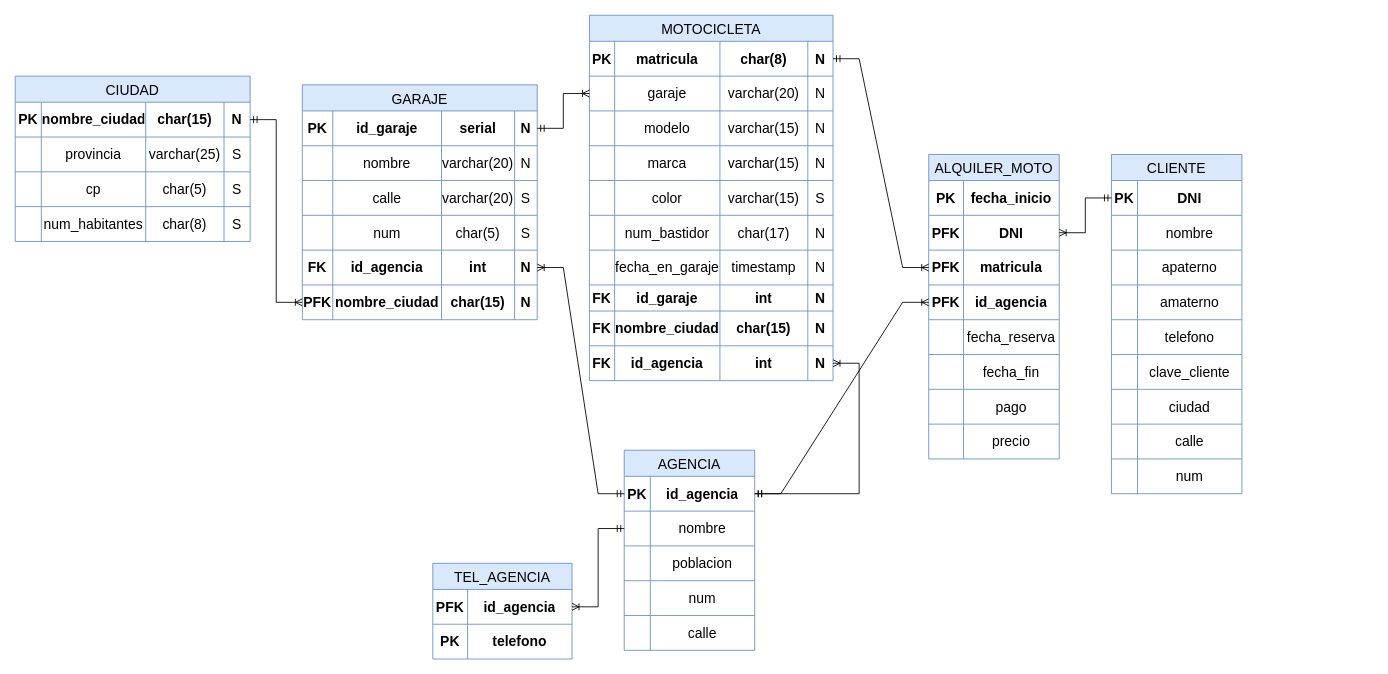
misiomishi/itcj keeps this draw.io diagram as Modelo Fisico Motocicletas TBD.drawio. Above is the earlier version. Source tidied: cells renumbered, new cells numbered last; positions are measured from the earlier drawing's top-left corner, leaving out a move shared by most shapes. Both pictures are drawn from the tidied source at 87%, with x=0, y=0 at pixel (15, 15).
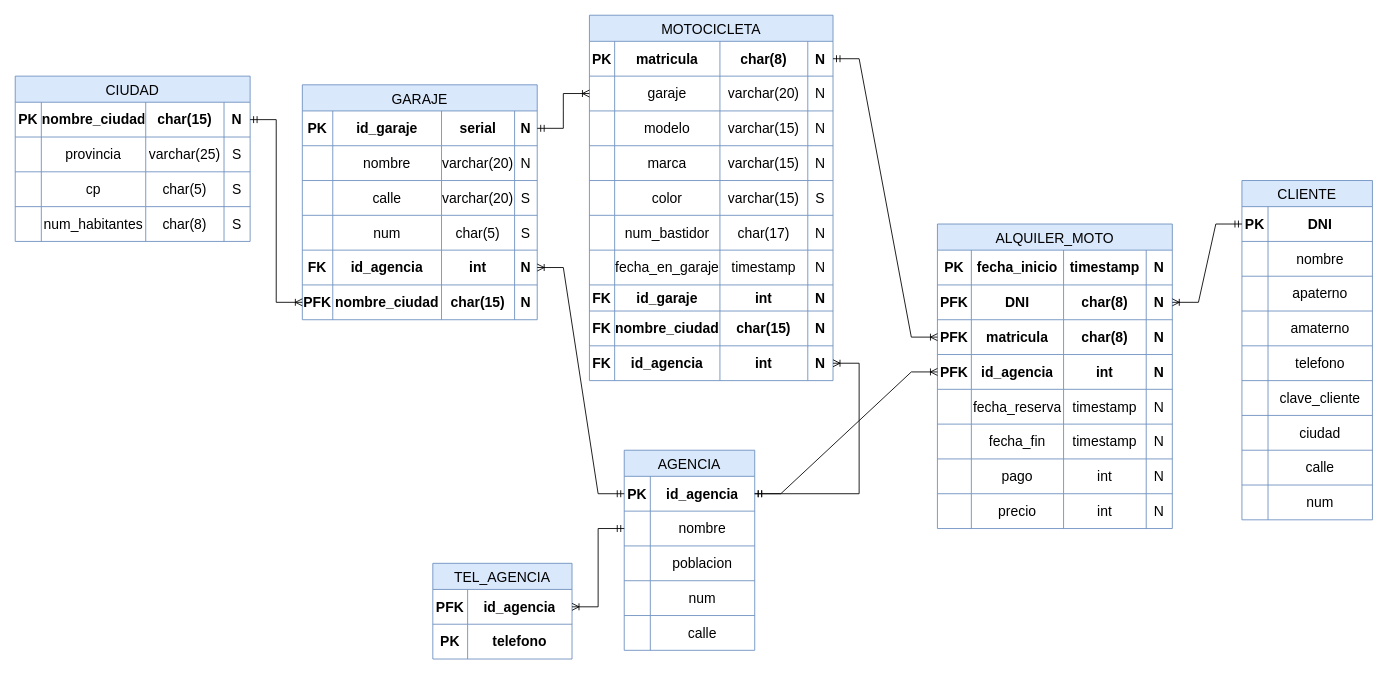
The same diagram, later.

What changed in the source:
```diff
@@
     <mxCell id="39" value="CLIENTE" style="shape=table;startSize=30;childLayout=tableLayout;strokeColor=#6c8ebf;fontSize=16;fillColor=#dae8fc;" parent="1" vertex="1">
-      <mxGeometry x="1260" y="160" width="150" height="390" as="geometry" />
+      <mxGeometry x="1410" y="190" width="150" height="390" as="geometry" />
     </mxCell>
@@
     <mxCell id="149" value="ALQUILER_MOTO" style="shape=table;startSize=30;childLayout=tableLayout;strokeColor=#6c8ebf;fontSize=16;fillColor=#dae8fc;" parent="1" vertex="1">
-      <mxGeometry x="1050" y="160" width="150" height="350" as="geometry" />
+      <mxGeometry x="1060" y="240" width="270" height="350" as="geometry" />
     </mxCell>
     <mxCell id="150" style="shape=tableRow;horizontal=0;startSize=0;swimlaneHead=0;swimlaneBody=0;strokeColor=inherit;top=0;left=0;bottom=0;right=0;fillColor=none;fontSize=16;fontStyle=1;" parent="149" vertex="1">
-      <mxGeometry y="30" width="150" height="40" as="geometry" />
+      <mxGeometry y="30" width="270" height="40" as="geometry" />
     </mxCell>
     <mxCell id="151" value="PK" style="shape=partialRectangle;html=1;whiteSpace=wrap;strokeColor=inherit;overflow=hidden;fillColor=none;top=0;left=0;bottom=0;right=0;fontSize=16;fontStyle=1;" parent="150" vertex="1">
-      <mxGeometry width="40" height="40" as="geometry" />
+      <mxGeometry width="39" height="40" as="geometry" />
     </mxCell>
     <mxCell id="152" value="fecha_inicio" style="shape=partialRectangle;html=1;whiteSpace=wrap;strokeColor=inherit;overflow=hidden;fillColor=none;top=0;left=0;bottom=0;right=0;fontSize=16;fontStyle=1;" parent="150" vertex="1">
-      <mxGeometry x="40" width="110" height="40" as="geometry" />
+      <mxGeometry x="39" width="106" height="40" as="geometry" />
     </mxCell>
+    <mxCell id="189" value="timestamp" style="shape=partialRectangle;html=1;whiteSpace=wrap;strokeColor=inherit;overflow=hidden;fillColor=none;top=0;left=0;bottom=0;right=0;fontSize=16;fontStyle=1;" parent="150" vertex="1">
+      <mxGeometry x="145" width="95" height="40" as="geometry" />
+    </mxCell>
+    <mxCell id="190" value="N" style="shape=partialRectangle;html=1;whiteSpace=wrap;strokeColor=inherit;overflow=hidden;fillColor=none;top=0;left=0;bottom=0;right=0;fontSize=16;fontStyle=1;" parent="150" vertex="1">
+      <mxGeometry x="240" width="30" height="40" as="geometry" />
+    </mxCell>
     <mxCell id="153" style="shape=tableRow;horizontal=0;startSize=0;swimlaneHead=0;swimlaneBody=0;strokeColor=inherit;top=0;left=0;bottom=0;right=0;fillColor=none;points=[[0,0.5],[1,0.5]];portConstraint=eastwest;fontSize=16;fontStyle=1;" parent="149" vertex="1">
-      <mxGeometry y="70" width="150" height="40" as="geometry" />
+      <mxGeometry y="70" width="270" height="40" as="geometry" />
     </mxCell>
     <mxCell id="154" value="PFK" style="shape=partialRectangle;html=1;whiteSpace=wrap;strokeColor=inherit;overflow=hidden;fillColor=none;top=0;left=0;bottom=0;right=0;fontSize=16;fontStyle=1;" parent="153" vertex="1">
-      <mxGeometry width="40" height="40" as="geometry" />
+      <mxGeometry width="39" height="40" as="geometry" />
     </mxCell>
     <mxCell id="155" value="DNI" style="shape=partialRectangle;html=1;whiteSpace=wrap;strokeColor=inherit;overflow=hidden;fillColor=none;top=0;left=0;bottom=0;right=0;fontSize=16;fontStyle=1;" parent="153" vertex="1">
-      <mxGeometry x="40" width="110" height="40" as="geometry" />
+      <mxGeometry x="39" width="106" height="40" as="geometry" />
     </mxCell>
+    <mxCell id="191" value="char(8)" style="shape=partialRectangle;html=1;whiteSpace=wrap;strokeColor=inherit;overflow=hidden;fillColor=none;top=0;left=0;bottom=0;right=0;fontSize=16;fontStyle=1;" parent="153" vertex="1">
+      <mxGeometry x="145" width="95" height="40" as="geometry" />
+    </mxCell>
+    <mxCell id="192" value="N" style="shape=partialRectangle;html=1;whiteSpace=wrap;strokeColor=inherit;overflow=hidden;fillColor=none;top=0;left=0;bottom=0;right=0;fontSize=16;fontStyle=1;" parent="153" vertex="1">
+      <mxGeometry x="240" width="30" height="40" as="geometry" />
+    </mxCell>
     <mxCell id="156" style="shape=tableRow;horizontal=0;startSize=0;swimlaneHead=0;swimlaneBody=0;strokeColor=inherit;top=0;left=0;bottom=0;right=0;fillColor=none;points=[[0,0.5],[1,0.5]];portConstraint=eastwest;fontSize=16;fontStyle=1;" parent="149" vertex="1">
-      <mxGeometry y="110" width="150" height="40" as="geometry" />
+      <mxGeometry y="110" width="270" height="40" as="geometry" />
     </mxCell>
     <mxCell id="157" value="PFK" style="shape=partialRectangle;html=1;whiteSpace=wrap;strokeColor=inherit;overflow=hidden;fillColor=none;top=0;left=0;bottom=0;right=0;fontSize=16;fontStyle=1;" parent="156" vertex="1">
-      <mxGeometry width="40" height="40" as="geometry" />
+      <mxGeometry width="39" height="40" as="geometry" />
     </mxCell>
     <mxCell id="158" value="matricula" style="shape=partialRectangle;html=1;whiteSpace=wrap;strokeColor=inherit;overflow=hidden;fillColor=none;top=0;left=0;bottom=0;right=0;fontSize=16;fontStyle=1;" parent="156" vertex="1">
-      <mxGeometry x="40" width="110" height="40" as="geometry" />
+      <mxGeometry x="39" width="106" height="40" as="geometry" />
     </mxCell>
+    <mxCell id="193" value="char(8)" style="shape=partialRectangle;html=1;whiteSpace=wrap;strokeColor=inherit;overflow=hidden;fillColor=none;top=0;left=0;bottom=0;right=0;fontSize=16;fontStyle=1;" parent="156" vertex="1">
+      <mxGeometry x="145" width="95" height="40" as="geometry" />
+    </mxCell>
+    <mxCell id="194" value="N" style="shape=partialRectangle;html=1;whiteSpace=wrap;strokeColor=inherit;overflow=hidden;fillColor=none;top=0;left=0;bottom=0;right=0;fontSize=16;fontStyle=1;" parent="156" vertex="1">
+      <mxGeometry x="240" width="30" height="40" as="geometry" />
+    </mxCell>
     <mxCell id="159" style="shape=tableRow;horizontal=0;startSize=0;swimlaneHead=0;swimlaneBody=0;strokeColor=inherit;top=0;left=0;bottom=0;right=0;fillColor=none;points=[[0,0.5],[1,0.5]];portConstraint=eastwest;fontSize=16;fontStyle=1;" parent="149" vertex="1">
-      <mxGeometry y="150" width="150" height="40" as="geometry" />
+      <mxGeometry y="150" width="270" height="40" as="geometry" />
     </mxCell>
     <mxCell id="160" value="PFK" style="shape=partialRectangle;html=1;whiteSpace=wrap;strokeColor=inherit;overflow=hidden;fillColor=none;top=0;left=0;bottom=0;right=0;fontSize=16;fontStyle=1;" parent="159" vertex="1">
-      <mxGeometry width="40" height="40" as="geometry" />
+      <mxGeometry width="39" height="40" as="geometry" />
     </mxCell>
     <mxCell id="161" value="id_agencia" style="shape=partialRectangle;html=1;whiteSpace=wrap;strokeColor=inherit;overflow=hidden;fillColor=none;top=0;left=0;bottom=0;right=0;fontSize=16;fontStyle=1;" parent="159" vertex="1">
-      <mxGeometry x="40" width="110" height="40" as="geometry" />
+      <mxGeometry x="39" width="106" height="40" as="geometry" />
     </mxCell>
+    <mxCell id="195" value="int" style="shape=partialRectangle;html=1;whiteSpace=wrap;strokeColor=inherit;overflow=hidden;fillColor=none;top=0;left=0;bottom=0;right=0;fontSize=16;fontStyle=1;" parent="159" vertex="1">
+      <mxGeometry x="145" width="95" height="40" as="geometry" />
+    </mxCell>
+    <mxCell id="196" value="N" style="shape=partialRectangle;html=1;whiteSpace=wrap;strokeColor=inherit;overflow=hidden;fillColor=none;top=0;left=0;bottom=0;right=0;fontSize=16;fontStyle=1;" parent="159" vertex="1">
+      <mxGeometry x="240" width="30" height="40" as="geometry" />
+    </mxCell>
     <mxCell id="162" style="shape=tableRow;horizontal=0;startSize=0;swimlaneHead=0;swimlaneBody=0;strokeColor=inherit;top=0;left=0;bottom=0;right=0;fillColor=none;fontSize=16;" parent="149" vertex="1">
-      <mxGeometry y="190" width="150" height="40" as="geometry" />
+      <mxGeometry y="190" width="270" height="40" as="geometry" />
     </mxCell>
     <mxCell id="163" style="shape=partialRectangle;html=1;whiteSpace=wrap;strokeColor=inherit;overflow=hidden;fillColor=none;top=0;left=0;bottom=0;right=0;fontSize=16;" parent="162" vertex="1">
-      <mxGeometry width="40" height="40" as="geometry" />
+      <mxGeometry width="39" height="40" as="geometry" />
     </mxCell>
     <mxCell id="164" value="fecha_reserva" style="shape=partialRectangle;html=1;whiteSpace=wrap;strokeColor=inherit;overflow=hidden;fillColor=none;top=0;left=0;bottom=0;right=0;fontSize=16;" parent="162" vertex="1">
-      <mxGeometry x="40" width="110" height="40" as="geometry" />
+      <mxGeometry x="39" width="106" height="40" as="geometry" />
     </mxCell>
+    <mxCell id="197" value="timestamp" style="shape=partialRectangle;html=1;whiteSpace=wrap;strokeColor=inherit;overflow=hidden;fillColor=none;top=0;left=0;bottom=0;right=0;fontSize=16;" parent="162" vertex="1">
+      <mxGeometry x="145" width="95" height="40" as="geometry" />
+    </mxCell>
+    <mxCell id="198" value="N" style="shape=partialRectangle;html=1;whiteSpace=wrap;strokeColor=inherit;overflow=hidden;fillColor=none;top=0;left=0;bottom=0;right=0;fontSize=16;" parent="162" vertex="1">
+      <mxGeometry x="240" width="30" height="40" as="geometry" />
+    </mxCell>
     <mxCell id="165" style="shape=tableRow;horizontal=0;startSize=0;swimlaneHead=0;swimlaneBody=0;strokeColor=inherit;top=0;left=0;bottom=0;right=0;fillColor=none;fontSize=16;" parent="149" vertex="1">
-      <mxGeometry y="230" width="150" height="40" as="geometry" />
+      <mxGeometry y="230" width="270" height="40" as="geometry" />
     </mxCell>
     <mxCell id="166" style="shape=partialRectangle;html=1;whiteSpace=wrap;strokeColor=inherit;overflow=hidden;fillColor=none;top=0;left=0;bottom=0;right=0;fontSize=16;" parent="165" vertex="1">
-      <mxGeometry width="40" height="40" as="geometry" />
+      <mxGeometry width="39" height="40" as="geometry" />
     </mxCell>
     <mxCell id="167" value="fecha_fin" style="shape=partialRectangle;html=1;whiteSpace=wrap;strokeColor=inherit;overflow=hidden;fillColor=none;top=0;left=0;bottom=0;right=0;fontSize=16;" parent="165" vertex="1">
-      <mxGeometry x="40" width="110" height="40" as="geometry" />
+      <mxGeometry x="39" width="106" height="40" as="geometry" />
     </mxCell>
+    <mxCell id="199" value="timestamp" style="shape=partialRectangle;html=1;whiteSpace=wrap;strokeColor=inherit;overflow=hidden;fillColor=none;top=0;left=0;bottom=0;right=0;fontSize=16;" parent="165" vertex="1">
+      <mxGeometry x="145" width="95" height="40" as="geometry" />
+    </mxCell>
+    <mxCell id="200" value="N" style="shape=partialRectangle;html=1;whiteSpace=wrap;strokeColor=inherit;overflow=hidden;fillColor=none;top=0;left=0;bottom=0;right=0;fontSize=16;" parent="165" vertex="1">
+      <mxGeometry x="240" width="30" height="40" as="geometry" />
+    </mxCell>
     <mxCell id="168" style="shape=tableRow;horizontal=0;startSize=0;swimlaneHead=0;swimlaneBody=0;strokeColor=inherit;top=0;left=0;bottom=0;right=0;fillColor=none;fontSize=16;" parent="149" vertex="1">
-      <mxGeometry y="270" width="150" height="40" as="geometry" />
+      <mxGeometry y="270" width="270" height="40" as="geometry" />
     </mxCell>
     <mxCell id="169" style="shape=partialRectangle;html=1;whiteSpace=wrap;strokeColor=inherit;overflow=hidden;fillColor=none;top=0;left=0;bottom=0;right=0;fontSize=16;" parent="168" vertex="1">
-      <mxGeometry width="40" height="40" as="geometry" />
+      <mxGeometry width="39" height="40" as="geometry" />
     </mxCell>
     <mxCell id="170" value="pago" style="shape=partialRectangle;html=1;whiteSpace=wrap;strokeColor=inherit;overflow=hidden;fillColor=none;top=0;left=0;bottom=0;right=0;fontSize=16;" parent="168" vertex="1">
-      <mxGeometry x="40" width="110" height="40" as="geometry" />
+      <mxGeometry x="39" width="106" height="40" as="geometry" />
     </mxCell>
+    <mxCell id="201" value="int" style="shape=partialRectangle;html=1;whiteSpace=wrap;strokeColor=inherit;overflow=hidden;fillColor=none;top=0;left=0;bottom=0;right=0;fontSize=16;" parent="168" vertex="1">
+      <mxGeometry x="145" width="95" height="40" as="geometry" />
+    </mxCell>
+    <mxCell id="202" value="N" style="shape=partialRectangle;html=1;whiteSpace=wrap;strokeColor=inherit;overflow=hidden;fillColor=none;top=0;left=0;bottom=0;right=0;fontSize=16;" parent="168" vertex="1">
+      <mxGeometry x="240" width="30" height="40" as="geometry" />
+    </mxCell>
     <mxCell id="171" style="shape=tableRow;horizontal=0;startSize=0;swimlaneHead=0;swimlaneBody=0;strokeColor=inherit;top=0;left=0;bottom=0;right=0;fillColor=none;fontSize=16;" parent="149" vertex="1">
-      <mxGeometry y="310" width="150" height="40" as="geometry" />
+      <mxGeometry y="310" width="270" height="40" as="geometry" />
     </mxCell>
     <mxCell id="172" style="shape=partialRectangle;html=1;whiteSpace=wrap;strokeColor=inherit;overflow=hidden;fillColor=none;top=0;left=0;bottom=0;right=0;fontSize=16;" parent="171" vertex="1">
-      <mxGeometry width="40" height="40" as="geometry" />
+      <mxGeometry width="39" height="40" as="geometry" />
     </mxCell>
     <mxCell id="173" value="precio" style="shape=partialRectangle;html=1;whiteSpace=wrap;strokeColor=inherit;overflow=hidden;fillColor=none;top=0;left=0;bottom=0;right=0;fontSize=16;" parent="171" vertex="1">
-      <mxGeometry x="40" width="110" height="40" as="geometry" />
+      <mxGeometry x="39" width="106" height="40" as="geometry" />
     </mxCell>
+    <mxCell id="203" value="int" style="shape=partialRectangle;html=1;whiteSpace=wrap;strokeColor=inherit;overflow=hidden;fillColor=none;top=0;left=0;bottom=0;right=0;fontSize=16;" parent="171" vertex="1">
+      <mxGeometry x="145" width="95" height="40" as="geometry" />
+    </mxCell>
+    <mxCell id="204" value="N" style="shape=partialRectangle;html=1;whiteSpace=wrap;strokeColor=inherit;overflow=hidden;fillColor=none;top=0;left=0;bottom=0;right=0;fontSize=16;" parent="171" vertex="1">
+      <mxGeometry x="240" width="30" height="40" as="geometry" />
+    </mxCell>
```
